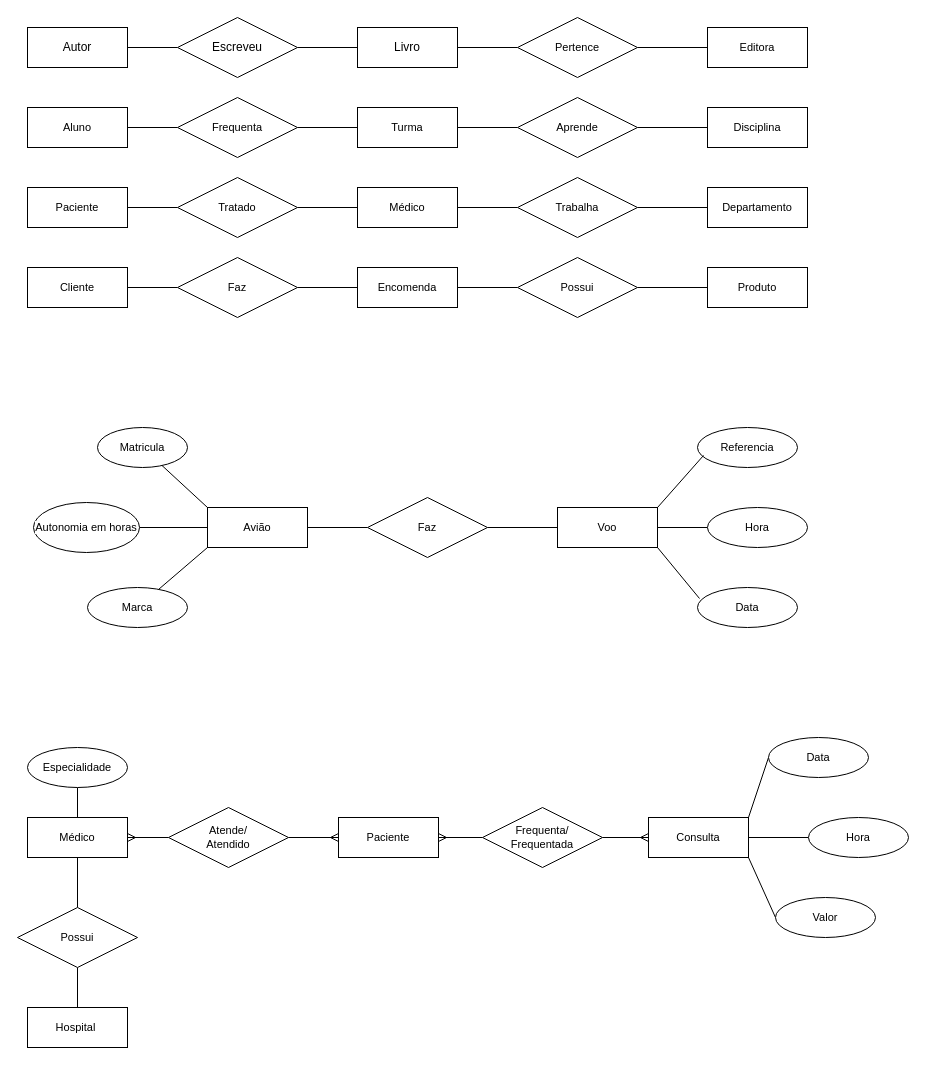
This is page "Exercicio_1" (1 of 6) of 04.Bases de Dados/Diagramas/Diagrama1.drawio from TiagoTerra94/SoftDev24, a draw.io file, before an edit. Source tidied: cells renumbered, new cells numbered last; positions are measured from the earlier drawing's top-left corner, leaving out a move shared by most shapes. Both pictures are drawn from the tidied source at 100%, with x=0, y=0 at pixel (17, 17).
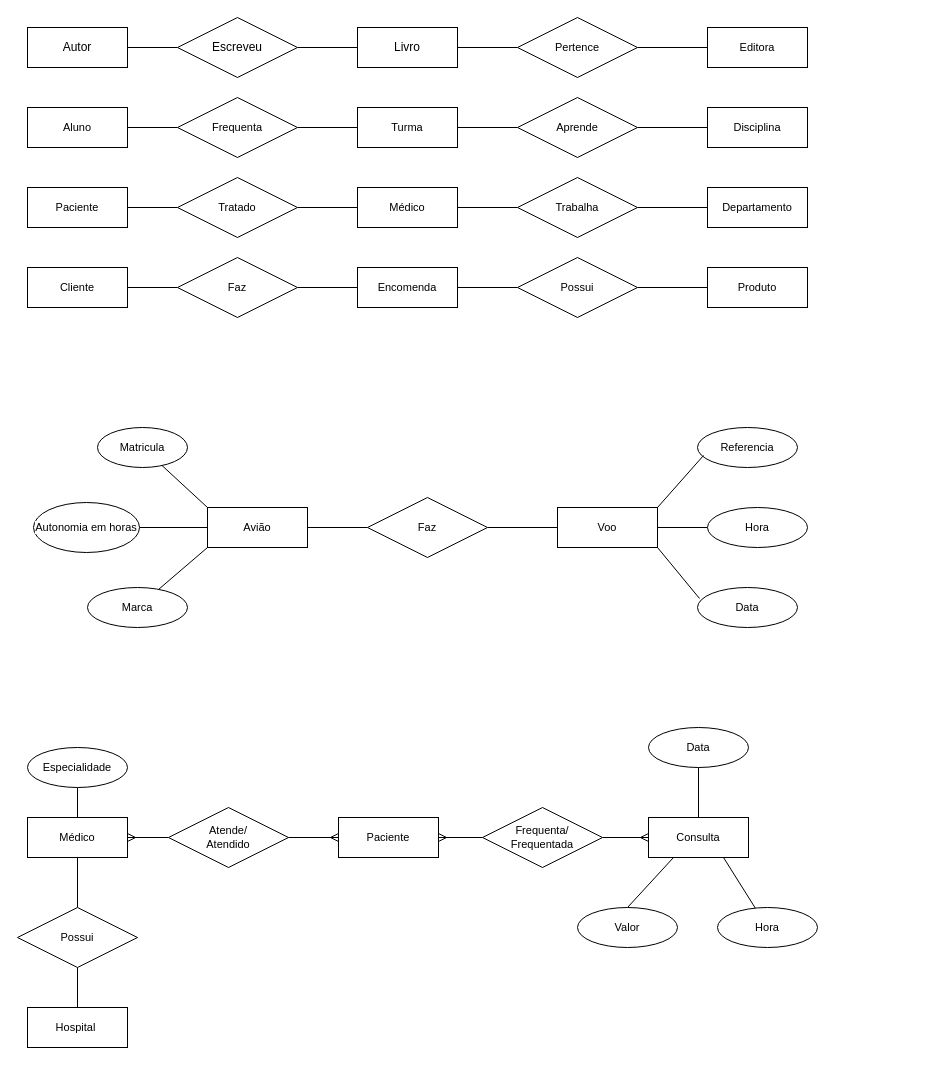
The same diagram, later.

Unchanged cells that the change refers to:
```xml
<mxCell id="65" value="Consulta" style="whiteSpace=wrap;html=1;align=center;fontFamily=Helvetica;fontSize=11;fontColor=default;labelBackgroundColor=default;" parent="1" vertex="1">
  <mxGeometry x="631" y="800" width="100" height="40" as="geometry" />
</mxCell>
```

What changed in the source:
```diff
@@
-    <mxCell id="62" style="edgeStyle=orthogonalEdgeStyle;shape=connector;rounded=0;jettySize=auto;html=1;exitX=1;exitY=0.5;exitDx=0;exitDy=0;strokeColor=default;align=center;verticalAlign=middle;fontFamily=Helvetica;fontSize=11;fontColor=default;labelBackgroundColor=default;endArrow=none;endFill=0;" parent="1" edge="1" source="65" target="69">
+    <mxCell id="62" style="shape=connector;rounded=0;jettySize=auto;html=1;exitX=0.75;exitY=1;exitDx=0;exitDy=0;strokeColor=default;align=center;verticalAlign=middle;fontFamily=Helvetica;fontSize=11;fontColor=default;labelBackgroundColor=default;endArrow=none;endFill=0;" parent="1" edge="1" source="65" target="69">
       <mxGeometry relative="1" as="geometry" />
     </mxCell>
-    <mxCell id="63" style="shape=connector;rounded=0;jettySize=auto;html=1;exitX=1;exitY=0;exitDx=0;exitDy=0;entryX=0;entryY=0.5;entryDx=0;entryDy=0;strokeColor=default;align=center;verticalAlign=middle;fontFamily=Helvetica;fontSize=11;fontColor=default;labelBackgroundColor=default;endArrow=none;endFill=0;" parent="1" edge="1" source="65" target="68">
+    <mxCell id="63" style="shape=connector;rounded=0;jettySize=auto;html=1;exitX=0.5;exitY=0;exitDx=0;exitDy=0;entryX=0.5;entryY=1;entryDx=0;entryDy=0;strokeColor=default;align=center;verticalAlign=middle;fontFamily=Helvetica;fontSize=11;fontColor=default;labelBackgroundColor=default;endArrow=none;endFill=0;" parent="1" edge="1" source="65" target="68">
       <mxGeometry relative="1" as="geometry" />
     </mxCell>
-    <mxCell id="64" style="shape=connector;rounded=0;jettySize=auto;html=1;exitX=1;exitY=1;exitDx=0;exitDy=0;entryX=0;entryY=0.5;entryDx=0;entryDy=0;strokeColor=default;align=center;verticalAlign=middle;fontFamily=Helvetica;fontSize=11;fontColor=default;labelBackgroundColor=default;endArrow=none;endFill=0;" parent="1" edge="1" source="65" target="70">
+    <mxCell id="64" style="shape=connector;rounded=0;jettySize=auto;html=1;exitX=0.25;exitY=1;exitDx=0;exitDy=0;entryX=0.5;entryY=0;entryDx=0;entryDy=0;strokeColor=default;align=center;verticalAlign=middle;fontFamily=Helvetica;fontSize=11;fontColor=default;labelBackgroundColor=default;endArrow=none;endFill=0;" parent="1" edge="1" source="65" target="70">
       <mxGeometry relative="1" as="geometry" />
     </mxCell>
@@
     <mxCell id="68" value="Data" style="ellipse;whiteSpace=wrap;html=1;align=center;fontFamily=Helvetica;fontSize=11;fontColor=default;labelBackgroundColor=default;" parent="1" vertex="1">
-      <mxGeometry x="751" y="720" width="100" height="40" as="geometry" />
+      <mxGeometry x="631" y="710" width="100" height="40" as="geometry" />
     </mxCell>
     <mxCell id="69" value="Hora" style="ellipse;whiteSpace=wrap;html=1;align=center;fontFamily=Helvetica;fontSize=11;fontColor=default;labelBackgroundColor=default;" parent="1" vertex="1">
-      <mxGeometry x="791" y="800" width="100" height="40" as="geometry" />
+      <mxGeometry x="700" y="890" width="100" height="40" as="geometry" />
     </mxCell>
     <mxCell id="70" value="Valor" style="ellipse;whiteSpace=wrap;html=1;align=center;fontFamily=Helvetica;fontSize=11;fontColor=default;labelBackgroundColor=default;" parent="1" vertex="1">
-      <mxGeometry x="758" y="880" width="100" height="40" as="geometry" />
+      <mxGeometry x="560" y="890" width="100" height="40" as="geometry" />
     </mxCell>
```
